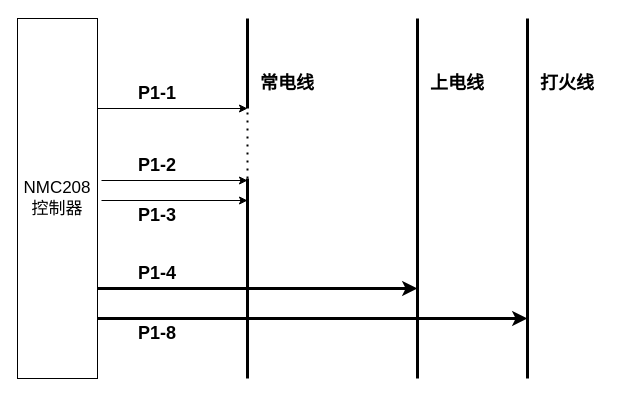
Hanye1108/drawio keeps this draw.io diagram as 未命名绘图.drawio. Above is the earlier version. Source tidied: cells renumbered, new cells numbered last; positions are measured from the earlier drawing's top-left corner, leaving out a move shared by most shapes. Both pictures are drawn from the tidied source at 100%, with x=0, y=0 at pixel (17, 18).
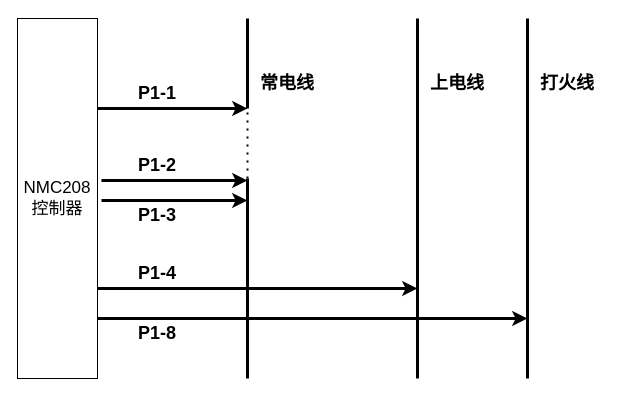
The same page after the edit.

Commit message:
更新未命名绘图.drawio

Unchanged cells that the change refers to:
```xml
<mxCell id="2" value="&lt;font style=&quot;font-size: 17px;&quot;&gt;NMC208&lt;br&gt;控制器&lt;/font&gt;" style="rounded=0;whiteSpace=wrap;html=1;" parent="1" vertex="1">
  <mxGeometry width="80" height="360" as="geometry" />
</mxCell>
```

What changed in the source:
```diff
@@
-    <mxCell id="7" style="endArrow=classic;html=1;rounded=0;exitX=1;exitY=0.25;exitDx=0;exitDy=0;" parent="1" edge="1" source="2">
+    <mxCell id="7" style="endArrow=classic;html=1;rounded=0;exitX=1;exitY=0.25;exitDx=0;exitDy=0;strokeWidth=3;" parent="1" edge="1" source="2">
       <mxGeometry relative="1" as="geometry">
         <mxPoint x="230" y="90" as="targetPoint" />
       </mxGeometry>
     </mxCell>
-    <mxCell id="8" style="endArrow=classic;html=1;rounded=0;exitX=1.05;exitY=0.286;exitDx=0;exitDy=0;exitPerimeter=0;" parent="1" edge="1">
+    <mxCell id="8" style="endArrow=classic;html=1;rounded=0;exitX=1.05;exitY=0.286;exitDx=0;exitDy=0;exitPerimeter=0;strokeWidth=3;" parent="1" edge="1">
       <mxGeometry relative="1" as="geometry">
         <mxPoint x="84" y="162" as="sourcePoint" />
         <mxPoint x="230" y="162" as="targetPoint" />
       </mxGeometry>
     </mxCell>
-    <mxCell id="9" style="endArrow=classic;html=1;rounded=0;exitX=1.05;exitY=0.286;exitDx=0;exitDy=0;exitPerimeter=0;" parent="1" edge="1">
+    <mxCell id="9" style="endArrow=classic;html=1;rounded=0;exitX=1.05;exitY=0.286;exitDx=0;exitDy=0;exitPerimeter=0;strokeWidth=3;" parent="1" edge="1">
       <mxGeometry relative="1" as="geometry">
         <mxPoint x="84" y="182" as="sourcePoint" />
         <mxPoint x="230" y="182" as="targetPoint" />
       </mxGeometry>
     </mxCell>
```
